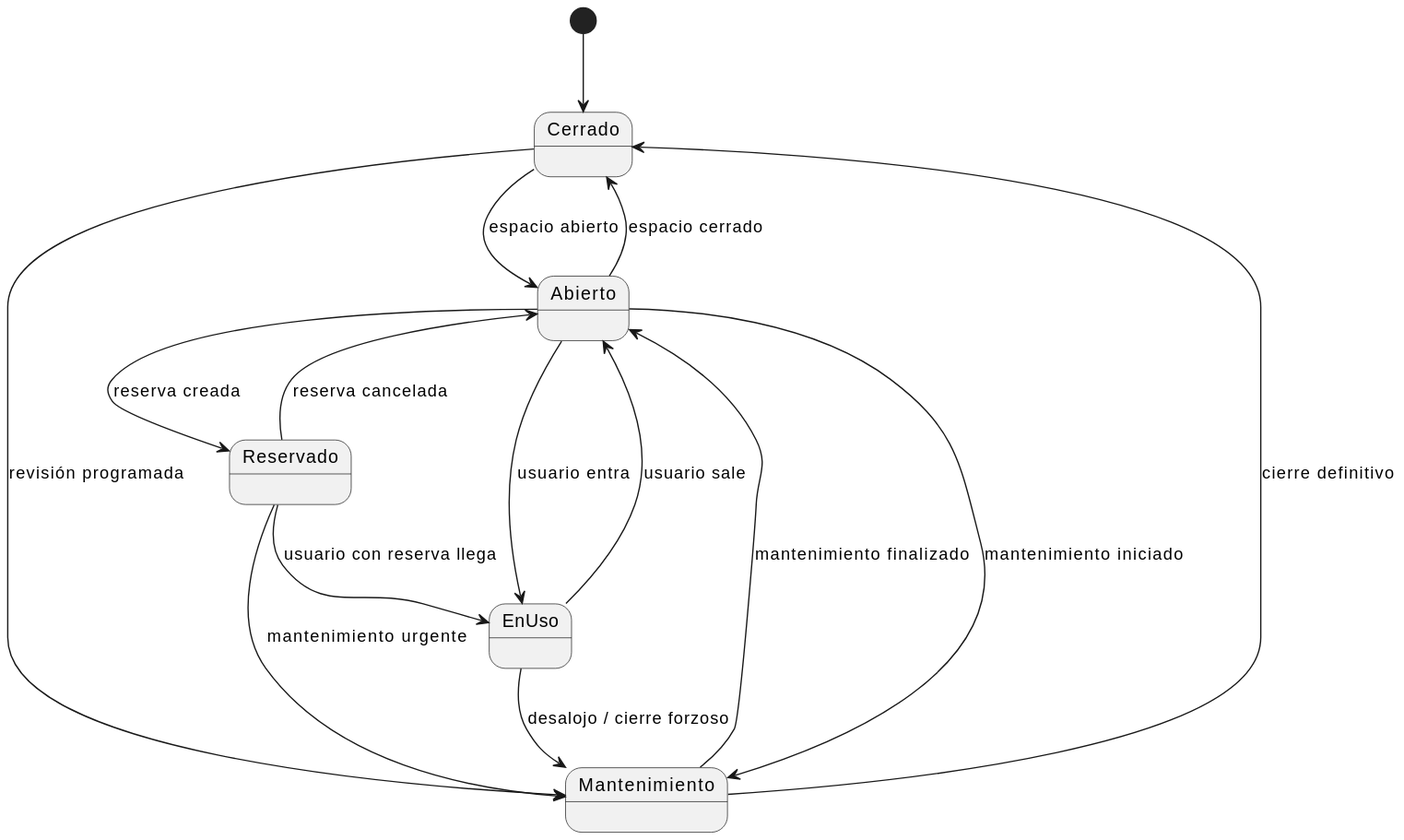
Camila-Lesly/25-26-idsw1-sdr keeps this PlantUML diagram as documentos/00-modeloDeDominio/DiagramaDeEstados/DdEEspacio/diagramaDeEstados.svg. Above is the earlier version. Its diagram source:
```plantuml
@startuml
[*] --> Cerrado

Cerrado --> Abierto : espacio abierto
Abierto --> Cerrado : espacio cerrado

Abierto --> EnUso : usuario entra
EnUso --> Abierto : usuario sale

Abierto --> Reservado : reserva creada
Reservado --> Abierto : reserva cancelada
Reservado --> EnUso : usuario con reserva llega

Abierto --> Mantenimiento : mantenimiento iniciado
EnUso --> Mantenimiento : desalojo / cierre forzoso
Reservado --> Mantenimiento : mantenimiento urgente

Mantenimiento --> Abierto : mantenimiento finalizado
Mantenimiento --> Cerrado : cierre definitivo

Cerrado --> Mantenimiento : revisión programada
@enduml
```
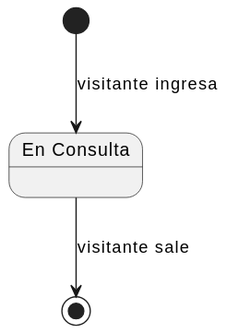
After the change.

Commit message:
refactor: implementing new iteration for state diagrams for more accuracy

Change to the diagram source:
```diff
@@ -1,22 +1,6 @@
 @startuml
-[*] --> Cerrado
+state consulta as "En Consulta"
 
-Cerrado --> Abierto : espacio abierto
-Abierto --> Cerrado : espacio cerrado
-
-Abierto --> EnUso : usuario entra
-EnUso --> Abierto : usuario sale
-
-Abierto --> Reservado : reserva creada
-Reservado --> Abierto : reserva cancelada
-Reservado --> EnUso : usuario con reserva llega
-
-Abierto --> Mantenimiento : mantenimiento iniciado
-EnUso --> Mantenimiento : desalojo / cierre forzoso
-Reservado --> Mantenimiento : mantenimiento urgente
-
-Mantenimiento --> Abierto : mantenimiento finalizado
-Mantenimiento --> Cerrado : cierre definitivo
-
-Cerrado --> Mantenimiento : revisión programada
+[*] --> consulta : visitante ingresa
+consulta --> [*] : visitante sale
 @enduml
```
